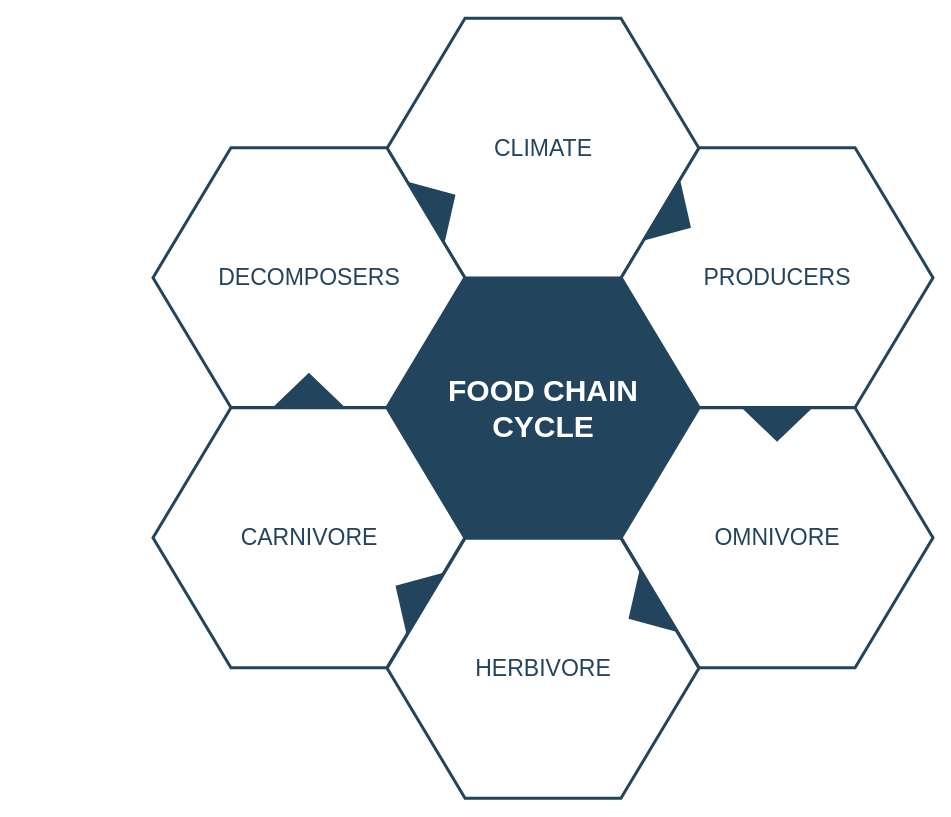
This is Untitled Diagram.drawio from qdouclj/java, a draw.io file, before an edit. Source tidied: cells renumbered, new cells numbered last; positions are measured from the earlier drawing's top-left corner, leaving out a move shared by most shapes. Both pictures are drawn from the tidied source at 100%, with x=0, y=0 at pixel (152, 18).
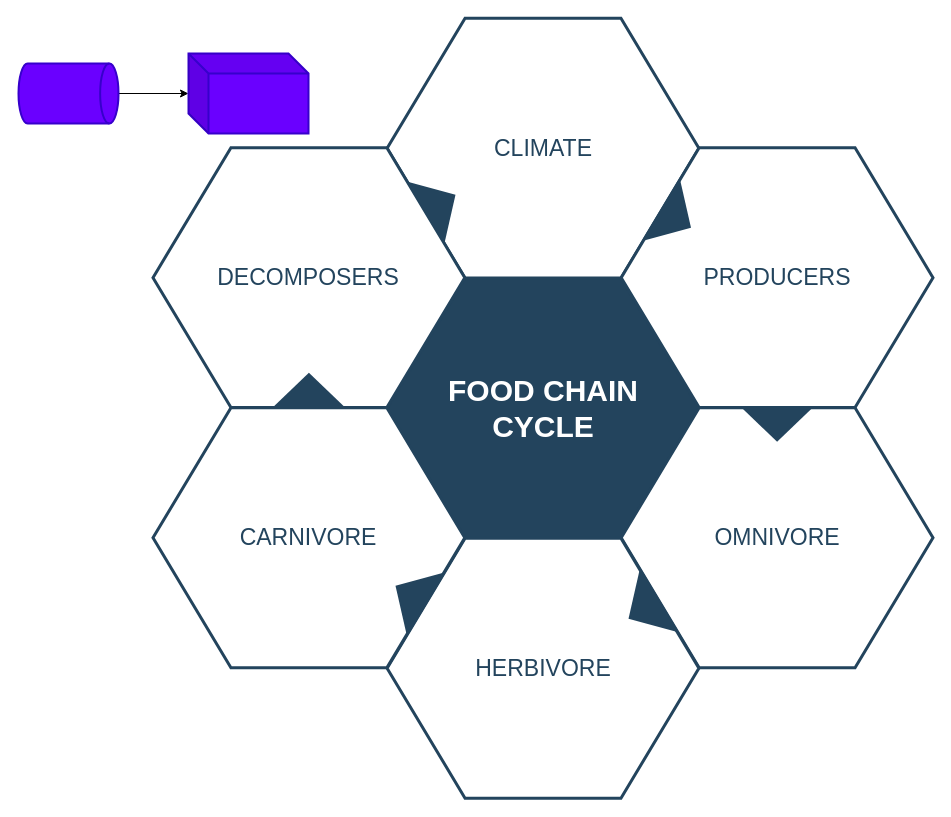
The same diagram, later.

The edit, as a diff of the source:
```diff
@@
 <mxGraphModel background="#ffffff">
   <root>
     <mxCell id="0" />
     <mxCell id="1" parent="0" />
     <mxCell id="2" value="&lt;font style=&quot;font-size: 30px&quot; color=&quot;#ffffff&quot;&gt;&lt;b&gt;&lt;span&gt;FOOD CHAIN&lt;/span&gt;&lt;br&gt;&lt;span&gt;CYCLE&lt;/span&gt;&lt;/b&gt;&lt;/font&gt;&lt;br&gt;" style="shape=hexagon;perimeter=hexagonPerimeter2;whiteSpace=wrap;html=1;shadow=0;labelBackgroundColor=none;strokeColor=#23445D;fillColor=#23445D;gradientColor=none;fontFamily=Helvetica;fontSize=23;fontColor=#23445d;align=center;strokeWidth=3;" parent="1" vertex="1">
       <mxGeometry x="234.6" y="259.8" width="311.8" height="259.9" as="geometry" />
     </mxCell>
     <mxCell id="3" style="triangle;whiteSpace=wrap;html=1;shadow=0;labelBackgroundColor=none;strokeColor=none;fillColor=#FFFFFF;fontFamily=Helvetica;fontSize=17;fontColor=#23445d;align=center;rotation=90;gradientColor=none;flipV=1;flipH=1;opacity=20;" parent="1" vertex="1">
       <mxGeometry x="115.5" y="277.7" width="72" height="152" as="geometry" />
     </mxCell>
     <mxCell id="4" value="&lt;font style=&quot;font-size: 23px&quot;&gt;CLIMATE&lt;/font&gt;" style="shape=hexagon;perimeter=hexagonPerimeter2;whiteSpace=wrap;html=1;shadow=0;labelBackgroundColor=none;strokeColor=#23445D;fillColor=#ffffff;gradientColor=none;fontFamily=Helvetica;fontSize=23;fontColor=#23445D;align=center;strokeWidth=3;" parent="1" vertex="1">
       <mxGeometry x="234.6" y="-0.3" width="311.8" height="259.9" as="geometry" />
     </mxCell>
     <mxCell id="5" value="&lt;font style=&quot;font-size: 23px&quot;&gt;PRODUCERS&lt;/font&gt;" style="shape=hexagon;perimeter=hexagonPerimeter2;whiteSpace=wrap;html=1;shadow=0;labelBackgroundColor=none;strokeColor=#23445D;fillColor=#FFFFFF;gradientColor=none;fontFamily=Helvetica;fontSize=23;fontColor=#23445d;align=center;strokeWidth=3;" parent="1" vertex="1">
       <mxGeometry x="468.7" y="129.2" width="311.8" height="259.9" as="geometry" />
     </mxCell>
     <mxCell id="6" value="&lt;font style=&quot;font-size: 23px&quot;&gt;OMNIVORE&lt;/font&gt;" style="shape=hexagon;perimeter=hexagonPerimeter2;whiteSpace=wrap;html=1;shadow=0;labelBackgroundColor=none;strokeColor=#23445D;fillColor=#FFFFFF;gradientColor=none;fontFamily=Helvetica;fontSize=23;fontColor=#23445d;align=center;strokeWidth=3;" parent="1" vertex="1">
       <mxGeometry x="468.7" y="389.3" width="311.8" height="259.9" as="geometry" />
     </mxCell>
     <mxCell id="7" value="&lt;font style=&quot;font-size: 23px&quot;&gt;HERBIVORE&lt;/font&gt;" style="shape=hexagon;perimeter=hexagonPerimeter2;whiteSpace=wrap;html=1;shadow=0;labelBackgroundColor=none;strokeColor=#23445D;fillColor=#FFFFFF;gradientColor=none;fontFamily=Helvetica;fontSize=23;fontColor=#23445d;align=center;strokeWidth=3;" parent="1" vertex="1">
       <mxGeometry x="234.6" y="519.8" width="311.8" height="259.9" as="geometry" />
     </mxCell>
     <mxCell id="8" value="&lt;font style=&quot;font-size: 23px&quot;&gt;CARNIVORE&lt;/font&gt;" style="shape=hexagon;perimeter=hexagonPerimeter2;whiteSpace=wrap;html=1;shadow=0;labelBackgroundColor=none;strokeColor=#23445D;fillColor=#FFFFFF;gradientColor=none;fontFamily=Helvetica;fontSize=23;fontColor=#23445d;align=center;strokeWidth=3;" parent="1" vertex="1">
       <mxGeometry x="0.5" y="389.3" width="311.8" height="259.9" as="geometry" />
     </mxCell>
     <mxCell id="9" value="&lt;font style=&quot;font-size: 23px;&quot;&gt;DECOMPOSERS&lt;/font&gt;" style="shape=hexagon;perimeter=hexagonPerimeter2;whiteSpace=wrap;html=1;shadow=0;labelBackgroundColor=none;strokeColor=#23445D;fillColor=#ffffff;gradientColor=none;fontFamily=Helvetica;fontSize=23;fontColor=#23445D;align=center;strokeWidth=3;" parent="1" vertex="1">
       <mxGeometry x="0.5" y="129.2" width="311.8" height="259.9" as="geometry" />
     </mxCell>
     <mxCell id="10" style="triangle;whiteSpace=wrap;html=1;shadow=0;labelBackgroundColor=none;strokeColor=none;fillColor=#23445D;fontFamily=Helvetica;fontSize=17;fontColor=#23445d;align=center;rotation=31;gradientColor=none;strokeWidth=3;" parent="1" vertex="1">
       <mxGeometry x="506" y="163.7" width="35" height="73" as="geometry" />
     </mxCell>
     <mxCell id="11" style="triangle;whiteSpace=wrap;html=1;shadow=0;labelBackgroundColor=none;strokeColor=none;fillColor=#23445D;fontFamily=Helvetica;fontSize=17;fontColor=#23445d;align=center;rotation=31;gradientColor=none;flipH=1;strokeWidth=3;" parent="1" vertex="1">
       <mxGeometry x="240.5" y="539.7" width="35" height="73" as="geometry" />
     </mxCell>
     <mxCell id="12" style="triangle;whiteSpace=wrap;html=1;shadow=0;labelBackgroundColor=none;strokeColor=none;fillColor=#23445D;fontFamily=Helvetica;fontSize=17;fontColor=#23445d;align=center;rotation=329;gradientColor=none;strokeWidth=3;" parent="1" vertex="1">
       <mxGeometry x="270.5" y="148.7" width="35" height="73" as="geometry" />
     </mxCell>
     <mxCell id="13" style="triangle;whiteSpace=wrap;html=1;shadow=0;labelBackgroundColor=none;strokeColor=none;fillColor=#23445D;fontFamily=Helvetica;fontSize=17;fontColor=#23445d;align=center;rotation=329;gradientColor=none;flipH=1;strokeWidth=3;" parent="1" vertex="1">
       <mxGeometry x="473.5" y="554.7" width="35" height="73" as="geometry" />
     </mxCell>
     <mxCell id="14" style="triangle;whiteSpace=wrap;html=1;shadow=0;labelBackgroundColor=none;strokeColor=none;fillColor=#23445D;fontFamily=Helvetica;fontSize=17;fontColor=#23445d;align=center;rotation=90;gradientColor=none;strokeWidth=3;" parent="1" vertex="1">
       <mxGeometry x="607.1" y="369.2" width="35" height="73" as="geometry" />
     </mxCell>
     <mxCell id="15" style="triangle;whiteSpace=wrap;html=1;shadow=0;labelBackgroundColor=none;strokeColor=none;fillColor=#23445D;fontFamily=Helvetica;fontSize=17;fontColor=#23445d;align=center;rotation=90;gradientColor=none;flipH=1;strokeWidth=3;" parent="1" vertex="1">
       <mxGeometry x="138.9" y="335.2" width="35" height="73" as="geometry" />
     </mxCell>
+    <mxCell id="16" style="edgeStyle=orthogonalEdgeStyle;rounded=0;jettySize=auto;html=1;" parent="1" edge="1" source="17" target="18">
+      <mxGeometry relative="1" as="geometry" />
+    </mxCell>
+    <mxCell id="17" style="strokeWidth=2;html=1;shape=mxgraph.flowchart.direct_data;whiteSpace=wrap;fillColor=#6a00ff;strokeColor=#3700CC;fontColor=#ffffff;" parent="1" vertex="1">
+      <mxGeometry x="-134" y="45" width="100" height="60" as="geometry" />
+    </mxCell>
+    <mxCell id="18" style="shape=cube;whiteSpace=wrap;html=1;boundedLbl=1;backgroundOutline=1;darkOpacity=0.05;darkOpacity2=0.1;fontColor=#ffffff;strokeColor=#3700CC;strokeWidth=2;fillColor=#6a00ff;" parent="1" vertex="1">
+      <mxGeometry x="36" y="35" width="120" height="80" as="geometry" />
+    </mxCell>
   </root>
 </mxGraphModel>
```
